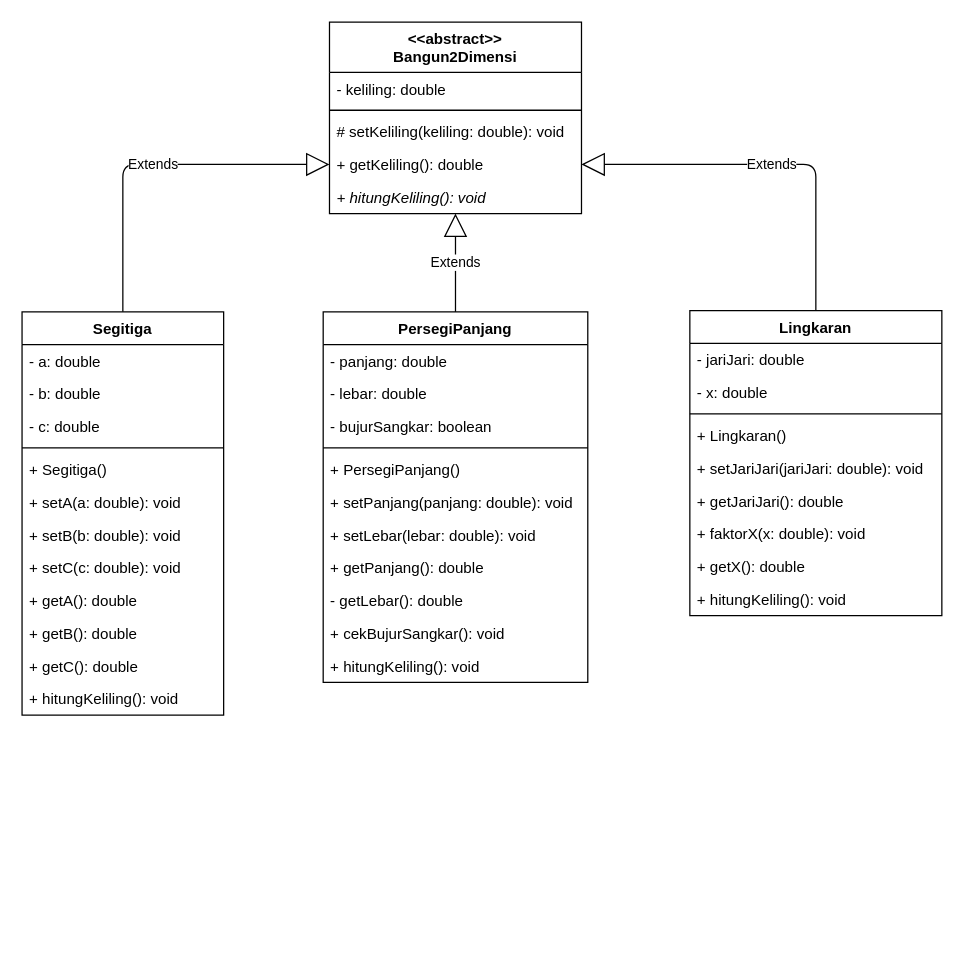
Earlier version of the draw.io diagram Task02.drawio (freyaldi/unsri-4-OOP). Source tidied: cells renumbered, new cells numbered last; positions are measured from the earlier drawing's top-left corner, leaving out a move shared by most shapes. Both pictures are drawn from the tidied source at 126%, with x=0, y=0 at pixel (21, 21).
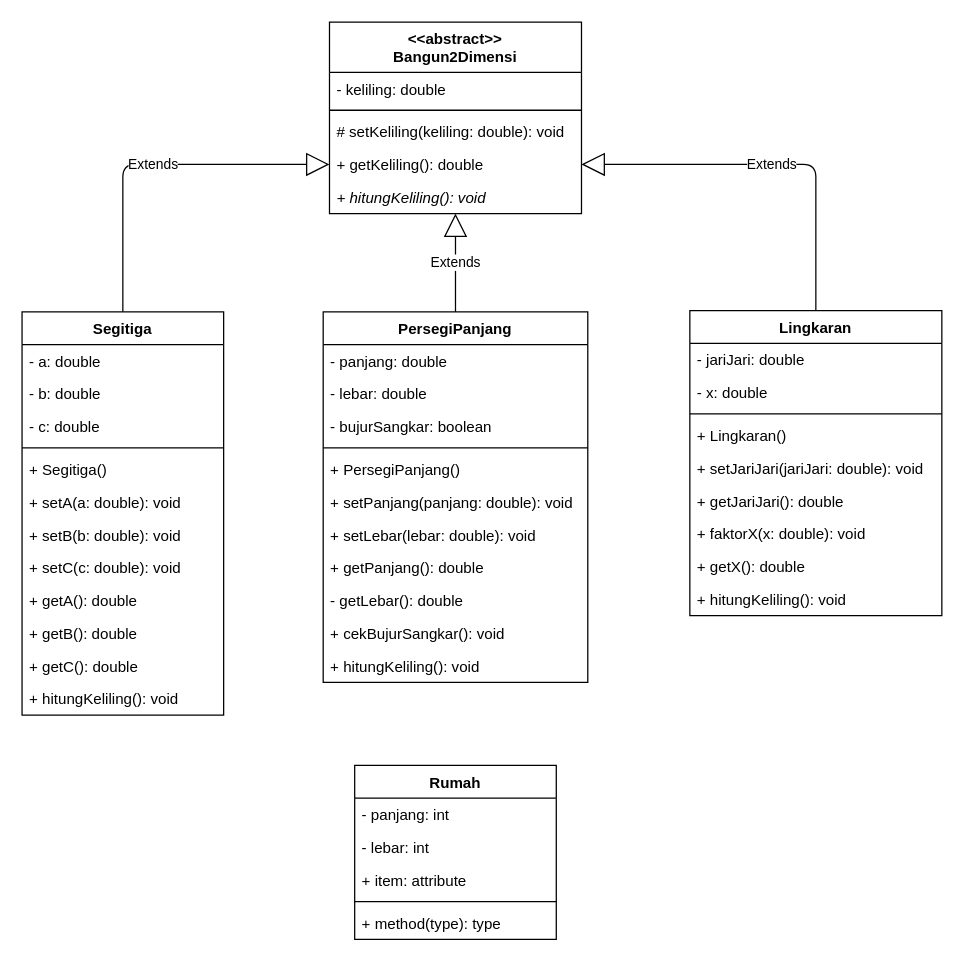
After the change.

The edit, as a diff of the source:
```diff
@@
+    <mxCell id="47" value="Rumah" style="swimlane;fontStyle=1;align=center;verticalAlign=top;horizontal=1;startSize=26;" parent="1" vertex="1">
+      <mxGeometry x="264" y="590" width="160" height="138" as="geometry" />
+    </mxCell>
+    <mxCell id="48" value="- panjang: int" style="text;strokeColor=none;fillColor=none;align=left;verticalAlign=top;spacingLeft=4;spacingRight=4;overflow=hidden;" parent="47" vertex="1">
+      <mxGeometry y="26" width="160" height="26" as="geometry" />
+    </mxCell>
+    <mxCell id="49" value="- lebar: int" style="text;strokeColor=none;fillColor=none;align=left;verticalAlign=top;spacingLeft=4;spacingRight=4;overflow=hidden;" parent="47" vertex="1">
+      <mxGeometry y="52" width="160" height="26" as="geometry" />
+    </mxCell>
+    <mxCell id="50" value="+ item: attribute" style="text;strokeColor=none;fillColor=none;align=left;verticalAlign=top;spacingLeft=4;spacingRight=4;overflow=hidden;" parent="47" vertex="1">
+      <mxGeometry y="78" width="160" height="26" as="geometry" />
+    </mxCell>
+    <mxCell id="51" style="line;strokeWidth=1;fillColor=none;align=left;verticalAlign=middle;spacingTop=-1;spacingLeft=3;spacingRight=3;labelPosition=right;" parent="47" vertex="1">
+      <mxGeometry y="104" width="160" height="8" as="geometry" />
+    </mxCell>
+    <mxCell id="52" value="+ method(type): type" style="text;strokeColor=none;fillColor=none;align=left;verticalAlign=top;spacingLeft=4;spacingRight=4;overflow=hidden;" parent="47" vertex="1">
+      <mxGeometry y="112" width="160" height="26" as="geometry" />
+    </mxCell>
```
